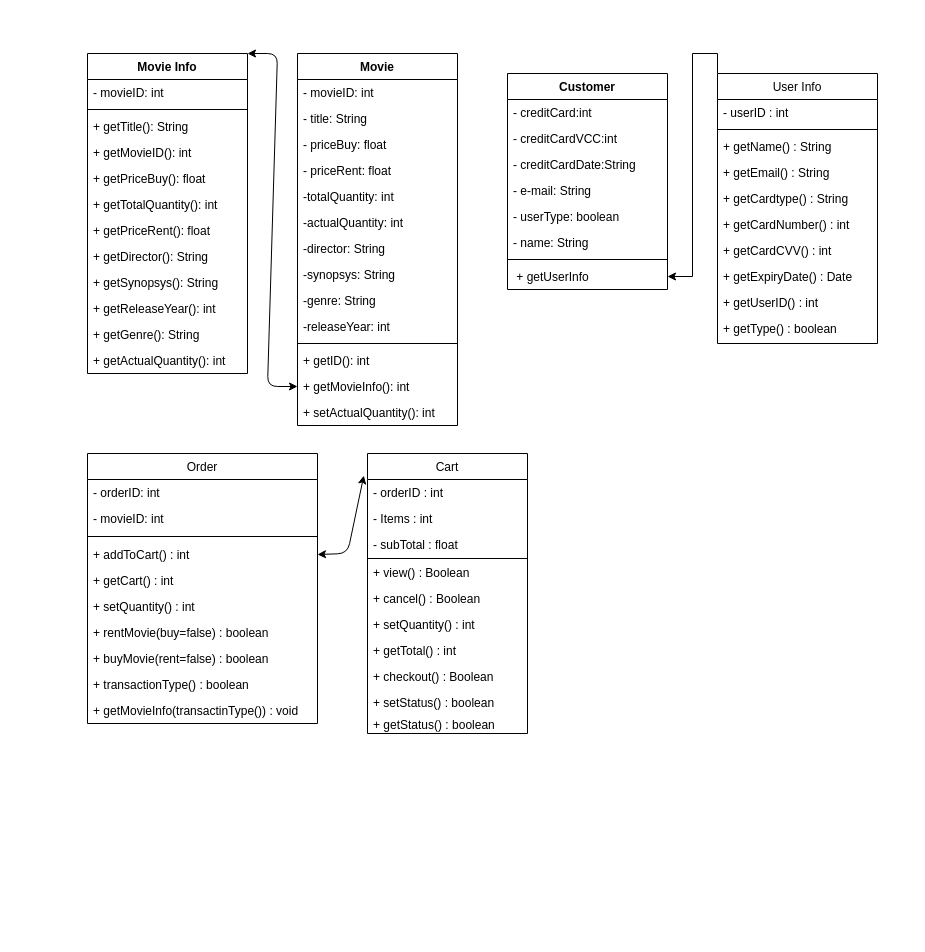
This is Trabalho escrito/Diagrams/classdiagram Version 2.drawio from AlissonDMoura/Movie-Rental, a draw.io file, before an edit. Source tidied: cells renumbered, new cells numbered last; positions are measured from the earlier drawing's top-left corner, leaving out a move shared by most shapes. Both pictures are drawn from the tidied source at 100%, with x=0, y=0 at pixel (87, 53).
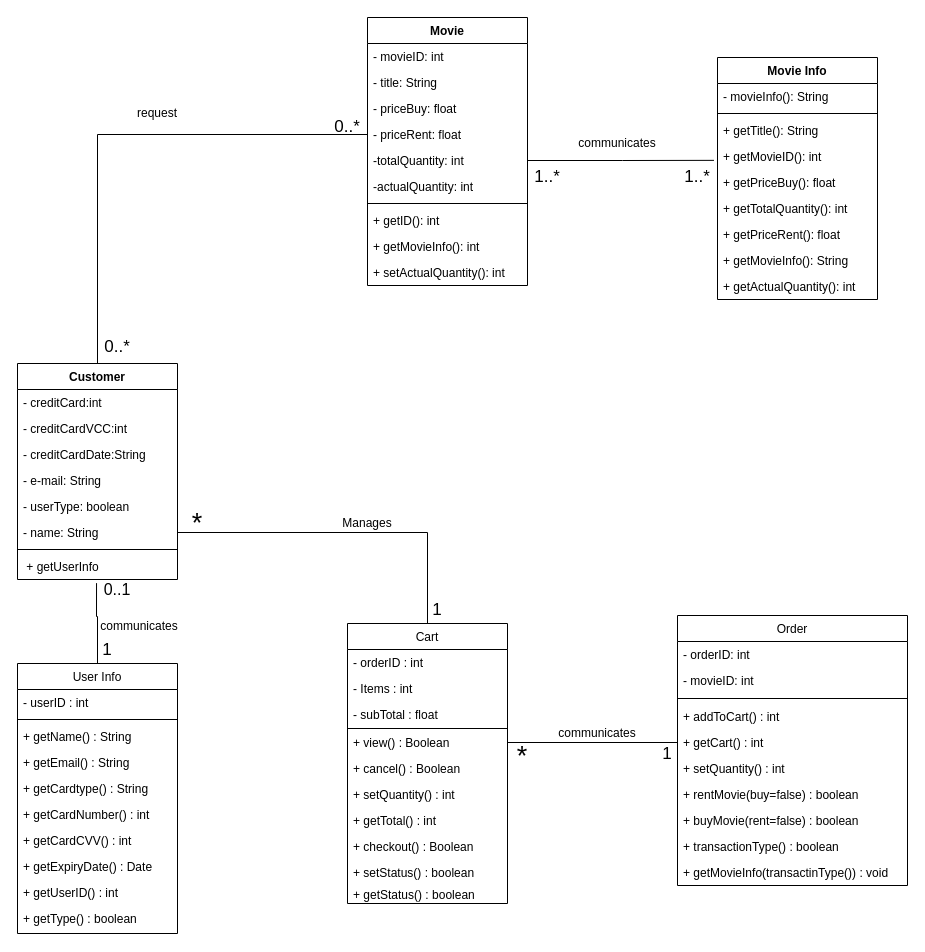
Above is the later version.

Commit message (it also covers changes not shown here):
Case Diagram V3

The change refers to these unchanged cells:
```xml
<mxCell id="7" value="+ view() : Boolean" style="text;align=left;verticalAlign=top;spacingLeft=4;spacingRight=4;overflow=hidden;points=[[0,0.5],[1,0.5]];portConstraint=eastwest;rounded=0;shadow=0;html=0;" parent="2" vertex="1">
  <mxGeometry y="106" width="160" height="26" as="geometry" />
</mxCell>
<mxCell id="30" value="+ addToCart() : int" style="text;align=left;verticalAlign=top;spacingLeft=4;spacingRight=4;overflow=hidden;points=[[0,0.5],[1,0.5]];portConstraint=eastwest;rounded=0;shadow=0;html=0;" parent="26" vertex="1">
  <mxGeometry y="88" width="230" height="26" as="geometry" />
</mxCell>
<mxCell id="31" value="+ getCart() : int" style="text;align=left;verticalAlign=top;spacingLeft=4;spacingRight=4;overflow=hidden;points=[[0,0.5],[1,0.5]];portConstraint=eastwest;rounded=0;shadow=0;html=0;" parent="26" vertex="1">
  <mxGeometry y="114" width="230" height="26" as="geometry" />
</mxCell>
<mxCell id="41" value="- priceRent: float" style="text;strokeColor=none;fillColor=none;align=left;verticalAlign=top;spacingLeft=4;spacingRight=4;overflow=hidden;points=[[0,0.5],[1,0.5]];portConstraint=eastwest;" parent="37" vertex="1">
  <mxGeometry y="104" width="160" height="26" as="geometry" />
</mxCell>
<mxCell id="42" value="-totalQuantity: int" style="text;strokeColor=none;fillColor=none;align=left;verticalAlign=top;spacingLeft=4;spacingRight=4;overflow=hidden;points=[[0,0.5],[1,0.5]];portConstraint=eastwest;" parent="37" vertex="1">
  <mxGeometry y="130" width="160" height="26" as="geometry" />
</mxCell>
<mxCell id="58" value="- name: String" style="text;strokeColor=none;fillColor=none;align=left;verticalAlign=top;spacingLeft=4;spacingRight=4;overflow=hidden;points=[[0,0.5],[1,0.5]];portConstraint=eastwest;" parent="52" vertex="1">
  <mxGeometry y="156" width="160" height="26" as="geometry" />
</mxCell>
<mxCell id="60" value=" + getUserInfo" style="text;strokeColor=none;fillColor=none;align=left;verticalAlign=top;spacingLeft=4;spacingRight=4;overflow=hidden;points=[[0,0.5],[1,0.5]];portConstraint=eastwest;" parent="52" vertex="1">
  <mxGeometry y="190" width="160" height="26" as="geometry" />
</mxCell>
<mxCell id="65" value="+ getMovieID(): int" style="text;strokeColor=none;fillColor=none;align=left;verticalAlign=top;spacingLeft=4;spacingRight=4;overflow=hidden;points=[[0,0.5],[1,0.5]];portConstraint=eastwest;" parent="61" vertex="1">
  <mxGeometry y="86" width="160" height="26" as="geometry" />
</mxCell>
```

The edit, as a diff of the source:
```diff
@@
     <mxCell id="2" value="Cart" style="swimlane;fontStyle=0;align=center;verticalAlign=top;horizontal=1;startSize=26;rounded=0;shadow=0;strokeWidth=1;" parent="1" vertex="1">
-      <mxGeometry x="280" y="400" width="160" height="280" as="geometry" />
+      <mxGeometry x="260" y="570" width="160" height="280" as="geometry" />
     </mxCell>
@@
-    <mxCell id="14" style="edgeStyle=orthogonalEdgeStyle;rounded=0;jettySize=auto;html=1;exitX=0;exitY=0;exitDx=0;exitDy=0;entryX=1;entryY=0.5;entryDx=0;entryDy=0;" parent="1" edge="1" source="15" target="60">
-      <mxGeometry relative="1" as="geometry" />
+    <mxCell id="14" style="edgeStyle=orthogonalEdgeStyle;rounded=0;jettySize=auto;html=1;exitX=0.5;exitY=0;exitDx=0;exitDy=0;entryX=0.494;entryY=1.14;entryDx=0;entryDy=0;entryPerimeter=0;endArrow=none;endFill=0;" parent="1" edge="1" source="15" target="60">
+      <mxGeometry relative="1" as="geometry">
+        <Array as="points">
+          <mxPoint x="10" y="563" />
+          <mxPoint x="9" y="520" />
+        </Array>
+      </mxGeometry>
     </mxCell>
     <mxCell id="15" value="User Info" style="swimlane;fontStyle=0;align=center;verticalAlign=top;horizontal=1;startSize=26;rounded=0;shadow=0;strokeWidth=1;" parent="1" vertex="1">
-      <mxGeometry x="630" y="20" width="160" height="270" as="geometry" />
+      <mxGeometry x="-70" y="610" width="160" height="270" as="geometry" />
     </mxCell>
@@
     <mxCell id="26" value="Order" style="swimlane;fontStyle=0;align=center;verticalAlign=top;horizontal=1;startSize=26;rounded=0;shadow=0;strokeWidth=1;" parent="1" vertex="1">
-      <mxGeometry y="400" width="230" height="270" as="geometry" />
+      <mxGeometry x="590" y="562" width="230" height="270" as="geometry" />
     </mxCell>
@@
     <mxCell id="37" value="Movie" style="swimlane;fontStyle=1;align=center;verticalAlign=top;horizontal=1;startSize=26;" parent="1" vertex="1">
-      <mxGeometry x="210" width="160" height="372" as="geometry" />
+      <mxGeometry x="280" y="-36" width="160" height="268" as="geometry" />
     </mxCell>
@@
-    <mxCell id="44" value="-director: String" style="text;strokeColor=none;fillColor=none;align=left;verticalAlign=top;spacingLeft=4;spacingRight=4;overflow=hidden;" parent="37" vertex="1">
-      <mxGeometry y="182" width="160" height="26" as="geometry" />
-    </mxCell>
-    <mxCell id="45" value="-synopsys: String" style="text;strokeColor=none;fillColor=none;align=left;verticalAlign=top;spacingLeft=4;spacingRight=4;overflow=hidden;" parent="37" vertex="1">
-      <mxGeometry y="208" width="160" height="26" as="geometry" />
-    </mxCell>
-    <mxCell id="46" value="-genre: String" style="text;strokeColor=none;fillColor=none;align=left;verticalAlign=top;spacingLeft=4;spacingRight=4;overflow=hidden;" parent="37" vertex="1">
-      <mxGeometry y="234" width="160" height="26" as="geometry" />
-    </mxCell>
-    <mxCell id="47" value="-releaseYear: int " style="text;strokeColor=none;fillColor=none;align=left;verticalAlign=top;spacingLeft=4;spacingRight=4;overflow=hidden;" parent="37" vertex="1">
-      <mxGeometry y="260" width="160" height="26" as="geometry" />
-    </mxCell>
     <mxCell id="48" style="line;strokeWidth=1;fillColor=none;align=left;verticalAlign=middle;spacingTop=-1;spacingLeft=3;spacingRight=3;labelPosition=right;" parent="37" vertex="1">
-      <mxGeometry y="286" width="160" height="8" as="geometry" />
+      <mxGeometry y="182" width="160" height="8" as="geometry" />
     </mxCell>
     <mxCell id="49" value="+ getID(): int" style="text;strokeColor=none;fillColor=none;align=left;verticalAlign=top;spacingLeft=4;spacingRight=4;overflow=hidden;" parent="37" vertex="1">
-      <mxGeometry y="294" width="160" height="26" as="geometry" />
+      <mxGeometry y="190" width="160" height="26" as="geometry" />
     </mxCell>
     <mxCell id="50" value="+ getMovieInfo(): int" style="text;strokeColor=none;fillColor=none;align=left;verticalAlign=top;spacingLeft=4;spacingRight=4;overflow=hidden;points=[[0,0.5],[1,0.5]];portConstraint=eastwest;" parent="37" vertex="1">
-      <mxGeometry y="320" width="160" height="26" as="geometry" />
+      <mxGeometry y="216" width="160" height="26" as="geometry" />
     </mxCell>
     <mxCell id="51" value="+ setActualQuantity(): int" style="text;strokeColor=none;fillColor=none;align=left;verticalAlign=top;spacingLeft=4;spacingRight=4;overflow=hidden;" parent="37" vertex="1">
-      <mxGeometry y="346" width="160" height="26" as="geometry" />
+      <mxGeometry y="242" width="160" height="26" as="geometry" />
     </mxCell>
+    <mxCell id="76" style="edgeStyle=orthogonalEdgeStyle;rounded=0;jettySize=auto;html=1;exitX=0.5;exitY=0;exitDx=0;exitDy=0;entryX=0;entryY=0.5;entryDx=0;entryDy=0;endArrow=none;endFill=0;fontSize=16;" parent="1" edge="1" source="52" target="41">
+      <mxGeometry relative="1" as="geometry" />
+    </mxCell>
     <mxCell id="52" value="Customer" style="swimlane;fontStyle=1;align=center;verticalAlign=top;horizontal=1;startSize=26;" parent="1" vertex="1">
-      <mxGeometry x="420" y="20" width="160" height="216" as="geometry" />
+      <mxGeometry x="-70" y="310" width="160" height="216" as="geometry" />
     </mxCell>
@@
     <mxCell id="61" value="Movie Info" style="swimlane;fontStyle=1;align=center;verticalAlign=top;horizontal=1;startSize=26;" parent="1" vertex="1">
-      <mxGeometry width="160" height="320" as="geometry" />
+      <mxGeometry x="630" y="4" width="160" height="242" as="geometry" />
     </mxCell>
-    <mxCell id="62" value="- movieID: int" style="text;strokeColor=none;fillColor=none;align=left;verticalAlign=top;spacingLeft=4;spacingRight=4;overflow=hidden;" parent="61" vertex="1">
-      <mxGeometry y="26" width="160" height="26" as="geometry" />
-    </mxCell>
+    <mxCell id="77" value="- movieInfo(): String" style="text;strokeColor=none;fillColor=none;align=left;verticalAlign=top;spacingLeft=4;spacingRight=4;overflow=hidden;" parent="61" vertex="1">
+      <mxGeometry y="26" width="160" height="26" as="geometry" />
+    </mxCell>
@@
-    <mxCell id="69" value="+ getDirector(): String" style="text;strokeColor=none;fillColor=none;align=left;verticalAlign=top;spacingLeft=4;spacingRight=4;overflow=hidden;" parent="61" vertex="1">
+    <mxCell id="69" value="+ getMovieInfo(): String" style="text;strokeColor=none;fillColor=none;align=left;verticalAlign=top;spacingLeft=4;spacingRight=4;overflow=hidden;" parent="61" vertex="1">
       <mxGeometry y="190" width="160" height="26" as="geometry" />
     </mxCell>
-    <mxCell id="70" value="+ getSynopsys(): String" style="text;strokeColor=none;fillColor=none;align=left;verticalAlign=top;spacingLeft=4;spacingRight=4;overflow=hidden;" parent="61" vertex="1">
-      <mxGeometry y="216" width="160" height="26" as="geometry" />
-    </mxCell>
-    <mxCell id="71" value="+ getReleaseYear(): int" style="text;strokeColor=none;fillColor=none;align=left;verticalAlign=top;spacingLeft=4;spacingRight=4;overflow=hidden;" parent="61" vertex="1">
-      <mxGeometry y="242" width="160" height="26" as="geometry" />
-    </mxCell>
-    <mxCell id="72" value="+ getGenre(): String" style="text;strokeColor=none;fillColor=none;align=left;verticalAlign=top;spacingLeft=4;spacingRight=4;overflow=hidden;" parent="61" vertex="1">
-      <mxGeometry y="268" width="160" height="26" as="geometry" />
-    </mxCell>
     <mxCell id="73" value="+ getActualQuantity(): int" style="text;strokeColor=none;fillColor=none;align=left;verticalAlign=top;spacingLeft=4;spacingRight=4;overflow=hidden;" parent="61" vertex="1">
-      <mxGeometry y="294" width="160" height="26" as="geometry" />
+      <mxGeometry y="216" width="160" height="26" as="geometry" />
     </mxCell>
-    <mxCell id="74" style="endArrow=classic;startArrow=classic;html=1;exitX=1;exitY=0;exitDx=0;exitDy=0;entryX=0;entryY=0.5;entryDx=0;entryDy=0;" parent="1" edge="1" source="61" target="50">
-      <mxGeometry relative="1" as="geometry">
-        <Array as="points">
-          <mxPoint x="190" />
-          <mxPoint x="180" y="333" />
-        </Array>
-      </mxGeometry>
-    </mxCell>
-    <mxCell id="75" style="endArrow=classic;startArrow=classic;html=1;entryX=1;entryY=0.5;entryDx=0;entryDy=0;exitX=-0.023;exitY=0.079;exitDx=0;exitDy=0;exitPerimeter=0;" parent="1" edge="1" source="2" target="30">
-      <mxGeometry relative="1" as="geometry">
-        <Array as="points">
-          <mxPoint x="260" y="500" />
-        </Array>
-      </mxGeometry>
-    </mxCell>
+    <mxCell id="78" style="edgeStyle=orthogonalEdgeStyle;rounded=0;jettySize=auto;html=1;exitX=1;exitY=0.5;exitDx=0;exitDy=0;entryX=0.5;entryY=0;entryDx=0;entryDy=0;endArrow=none;endFill=0;" parent="1" edge="1" source="58" target="2">
+      <mxGeometry relative="1" as="geometry" />
+    </mxCell>
+    <mxCell id="79" style="edgeStyle=orthogonalEdgeStyle;rounded=0;jettySize=auto;html=1;exitX=1;exitY=0.5;exitDx=0;exitDy=0;entryX=0;entryY=0.5;entryDx=0;entryDy=0;endArrow=none;endFill=0;" parent="1" edge="1" source="7" target="31">
+      <mxGeometry relative="1" as="geometry" />
+    </mxCell>
+    <mxCell id="80" value="Manages" style="text;html=1;strokeColor=none;fillColor=none;align=center;verticalAlign=middle;whiteSpace=wrap;rounded=0;" parent="1" vertex="1">
+      <mxGeometry x="260" y="460" width="40" height="20" as="geometry" />
+    </mxCell>
+    <mxCell id="81" value="*" style="text;html=1;strokeColor=none;fillColor=none;align=center;verticalAlign=middle;whiteSpace=wrap;rounded=0;fontSize=27;" parent="1" vertex="1">
+      <mxGeometry x="90" y="460" width="40" height="20" as="geometry" />
+    </mxCell>
+    <mxCell id="82" value="&lt;font style=&quot;font-size: 17px&quot;&gt;1&lt;/font&gt;" style="text;html=1;strokeColor=none;fillColor=none;align=center;verticalAlign=middle;whiteSpace=wrap;rounded=0;fontSize=27;" parent="1" vertex="1">
+      <mxGeometry x="330" y="543" width="40" height="20" as="geometry" />
+    </mxCell>
+    <mxCell id="83" value="communicates" style="text;html=1;strokeColor=none;fillColor=none;align=center;verticalAlign=middle;whiteSpace=wrap;rounded=0;fontSize=12;" parent="1" vertex="1">
+      <mxGeometry x="490" y="670" width="40" height="20" as="geometry" />
+    </mxCell>
+    <mxCell id="84" value="*" style="text;html=1;strokeColor=none;fillColor=none;align=center;verticalAlign=middle;whiteSpace=wrap;rounded=0;fontSize=27;" parent="1" vertex="1">
+      <mxGeometry x="415" y="693" width="40" height="20" as="geometry" />
+    </mxCell>
+    <mxCell id="85" value="&lt;font style=&quot;font-size: 17px&quot;&gt;1&lt;/font&gt;" style="text;html=1;strokeColor=none;fillColor=none;align=center;verticalAlign=middle;whiteSpace=wrap;rounded=0;fontSize=27;" parent="1" vertex="1">
+      <mxGeometry x="560" y="687" width="40" height="20" as="geometry" />
+    </mxCell>
+    <mxCell id="86" value="communicates" style="text;html=1;strokeColor=none;fillColor=none;align=center;verticalAlign=middle;whiteSpace=wrap;rounded=0;fontSize=12;" parent="1" vertex="1">
+      <mxGeometry x="32" y="563" width="40" height="20" as="geometry" />
+    </mxCell>
+    <mxCell id="87" value="0..1" style="text;html=1;strokeColor=none;fillColor=none;align=center;verticalAlign=middle;whiteSpace=wrap;rounded=0;fontSize=16;" parent="1" vertex="1">
+      <mxGeometry x="10" y="526" width="40" height="20" as="geometry" />
+    </mxCell>
+    <mxCell id="88" value="&lt;font style=&quot;font-size: 17px&quot;&gt;1&lt;/font&gt;" style="text;html=1;strokeColor=none;fillColor=none;align=center;verticalAlign=middle;whiteSpace=wrap;rounded=0;fontSize=27;" parent="1" vertex="1">
+      <mxGeometry y="583" width="40" height="20" as="geometry" />
+    </mxCell>
+    <mxCell id="89" value="communicates" style="text;html=1;strokeColor=none;fillColor=none;align=center;verticalAlign=middle;whiteSpace=wrap;rounded=0;fontSize=12;" parent="1" vertex="1">
+      <mxGeometry x="510" y="80" width="40" height="20" as="geometry" />
+    </mxCell>
+    <mxCell id="90" style="edgeStyle=orthogonalEdgeStyle;rounded=0;jettySize=auto;html=1;exitX=1;exitY=0.5;exitDx=0;exitDy=0;entryX=-0.022;entryY=0.648;entryDx=0;entryDy=0;entryPerimeter=0;endArrow=none;endFill=0;fontSize=16;" parent="1" edge="1" source="42" target="65">
+      <mxGeometry relative="1" as="geometry" />
+    </mxCell>
+    <mxCell id="91" value="&lt;font style=&quot;font-size: 17px&quot;&gt;1..*&lt;/font&gt;" style="text;html=1;strokeColor=none;fillColor=none;align=center;verticalAlign=middle;whiteSpace=wrap;rounded=0;fontSize=27;" parent="1" vertex="1">
+      <mxGeometry x="440" y="110" width="40" height="20" as="geometry" />
+    </mxCell>
+    <mxCell id="92" value="&lt;font style=&quot;font-size: 17px&quot;&gt;1..*&lt;/font&gt;" style="text;html=1;strokeColor=none;fillColor=none;align=center;verticalAlign=middle;whiteSpace=wrap;rounded=0;fontSize=27;" parent="1" vertex="1">
+      <mxGeometry x="590" y="110" width="40" height="20" as="geometry" />
+    </mxCell>
+    <mxCell id="93" value="request" style="text;html=1;strokeColor=none;fillColor=none;align=center;verticalAlign=middle;whiteSpace=wrap;rounded=0;fontSize=12;" parent="1" vertex="1">
+      <mxGeometry x="50" y="50" width="40" height="20" as="geometry" />
+    </mxCell>
+    <mxCell id="94" value="&lt;font style=&quot;font-size: 17px&quot;&gt;0..*&lt;/font&gt;" style="text;html=1;strokeColor=none;fillColor=none;align=center;verticalAlign=middle;whiteSpace=wrap;rounded=0;fontSize=27;" parent="1" vertex="1">
+      <mxGeometry x="10" y="280" width="40" height="20" as="geometry" />
+    </mxCell>
+    <mxCell id="95" value="&lt;font style=&quot;font-size: 17px&quot;&gt;0..*&lt;/font&gt;" style="text;html=1;strokeColor=none;fillColor=none;align=center;verticalAlign=middle;whiteSpace=wrap;rounded=0;fontSize=27;" parent="1" vertex="1">
+      <mxGeometry x="240" y="60" width="40" height="20" as="geometry" />
+    </mxCell>
```
